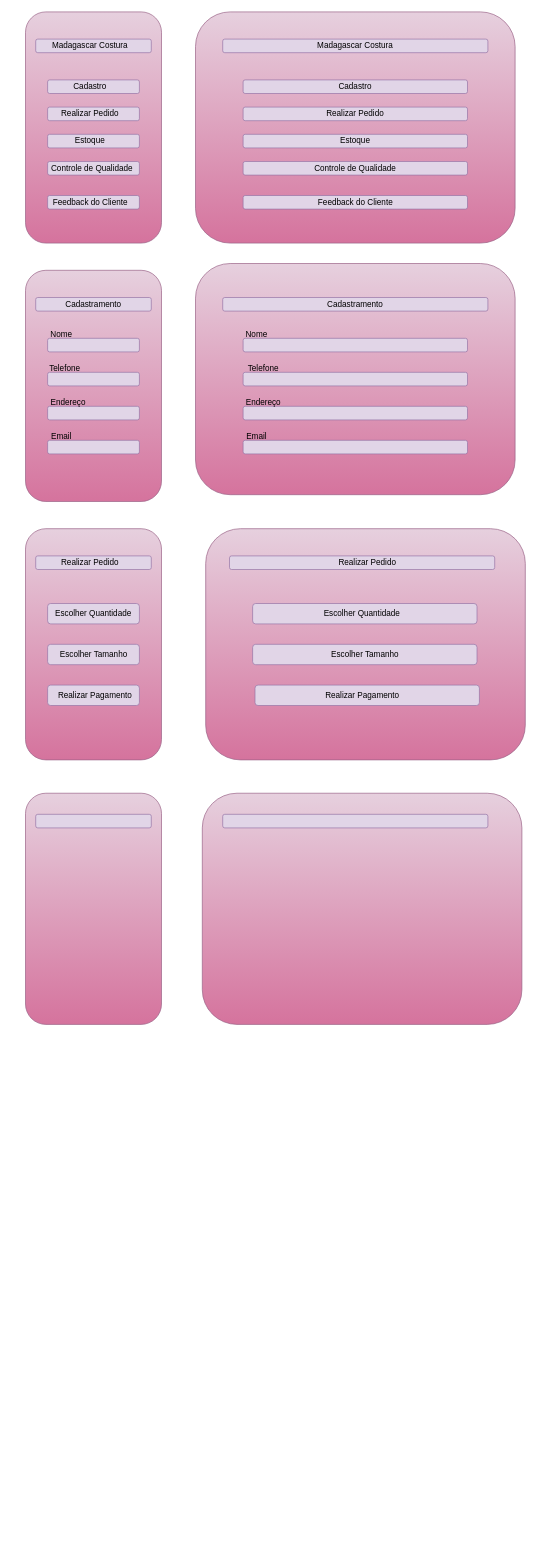
desenvolvimentdesistema/fluxogramas keeps this draw.io diagram as doc/interfacedoapp.drawio. Above is the earlier version. Source tidied: cells renumbered, new cells numbered last; positions are measured from the earlier drawing's top-left corner, leaving out a move shared by most shapes. Both pictures are drawn from the tidied source at 68%, with x=0, y=0 at pixel (12, 12).
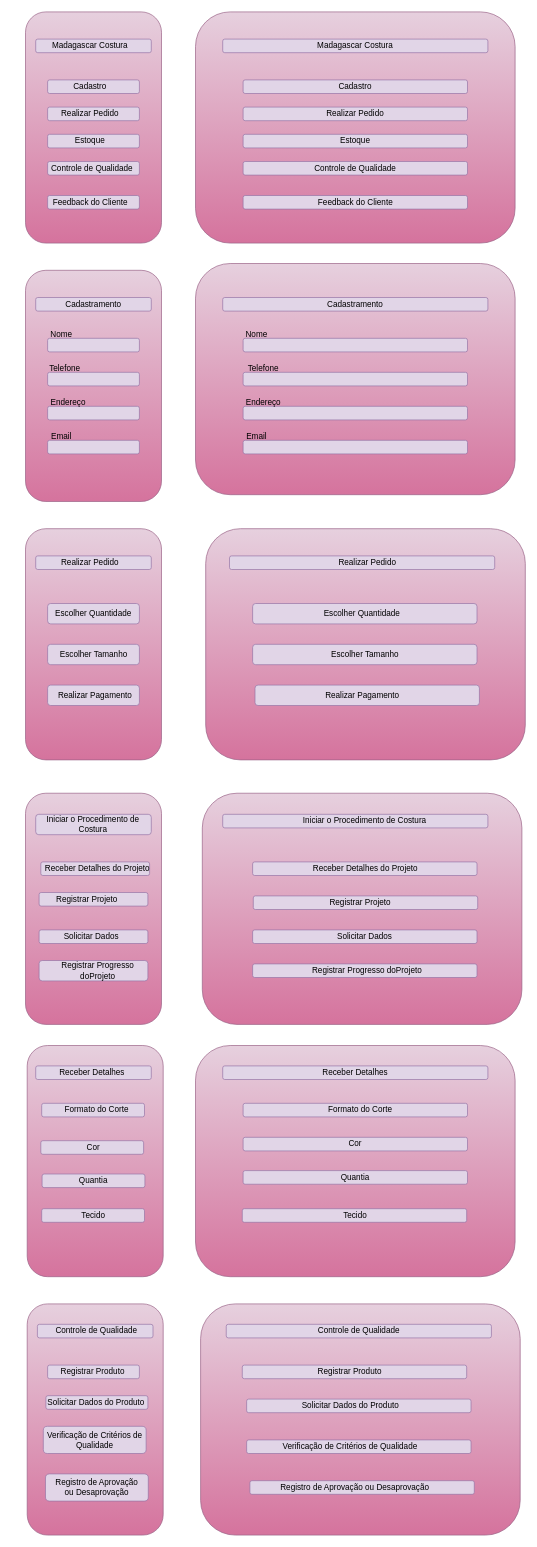
After the change.

What changed in the source:
```diff
@@
     <mxCell id="11" style="rounded=1;whiteSpace=wrap;html=1;fillColor=#e1d5e7;strokeColor=#9673a6;" parent="1" vertex="1">
-      <mxGeometry x="35" y="1180" width="170" height="20" as="geometry" />
+      <mxGeometry x="35" y="1180" width="170" height="30" as="geometry" />
     </mxCell>
@@
+    <mxCell id="72" value="Iniciar o Procedimento de Costura" style="text;html=1;align=center;verticalAlign=middle;whiteSpace=wrap;rounded=0;" parent="1" vertex="1">
+      <mxGeometry x="32.5" y="1180" width="172.5" height="30" as="geometry" />
+    </mxCell>
+    <mxCell id="73" value="Iniciar o Procedimento de Costura" style="text;html=1;align=center;verticalAlign=middle;whiteSpace=wrap;rounded=0;" parent="1" vertex="1">
+      <mxGeometry x="345.2" y="1175" width="347.5" height="30" as="geometry" />
+    </mxCell>
+    <mxCell id="74" style="rounded=1;whiteSpace=wrap;html=1;fillColor=#e1d5e7;strokeColor=#9673a6;" parent="1" vertex="1">
+      <mxGeometry x="42.5" y="1250" width="160" height="20" as="geometry" />
+    </mxCell>
+    <mxCell id="75" value="Receber Detalhes do Projeto" style="text;html=1;align=center;verticalAlign=middle;whiteSpace=wrap;rounded=0;" parent="1" vertex="1">
+      <mxGeometry x="36.2" y="1245" width="180" height="30" as="geometry" />
+    </mxCell>
+    <mxCell id="76" style="rounded=1;whiteSpace=wrap;html=1;fillColor=#e1d5e7;strokeColor=#9673a6;" parent="1" vertex="1">
+      <mxGeometry x="354" y="1250" width="330" height="20" as="geometry" />
+    </mxCell>
+    <mxCell id="77" style="rounded=1;whiteSpace=wrap;html=1;fillColor=#e1d5e7;strokeColor=#9673a6;" parent="1" vertex="1">
+      <mxGeometry x="355" y="1300" width="330" height="20" as="geometry" />
+    </mxCell>
+    <mxCell id="78" style="rounded=1;whiteSpace=wrap;html=1;fillColor=#e1d5e7;strokeColor=#9673a6;" parent="1" vertex="1">
+      <mxGeometry x="354" y="1350" width="330" height="20" as="geometry" />
+    </mxCell>
+    <mxCell id="79" style="rounded=1;whiteSpace=wrap;html=1;fillColor=#e1d5e7;strokeColor=#9673a6;" parent="1" vertex="1">
+      <mxGeometry x="40" y="1295" width="160" height="20" as="geometry" />
+    </mxCell>
+    <mxCell id="80" style="rounded=1;whiteSpace=wrap;html=1;fillColor=#e1d5e7;strokeColor=#9673a6;" parent="1" vertex="1">
+      <mxGeometry x="40" y="1350" width="160" height="20" as="geometry" />
+    </mxCell>
+    <mxCell id="81" style="rounded=1;whiteSpace=wrap;html=1;fillColor=#e1d5e7;strokeColor=#9673a6;" parent="1" vertex="1">
+      <mxGeometry x="354" y="1400" width="330" height="20" as="geometry" />
+    </mxCell>
+    <mxCell id="82" style="rounded=1;whiteSpace=wrap;html=1;fillColor=#e1d5e7;strokeColor=#9673a6;" parent="1" vertex="1">
+      <mxGeometry x="40" y="1395" width="160" height="30" as="geometry" />
+    </mxCell>
+    <mxCell id="83" value="Registrar Projeto" style="text;html=1;align=center;verticalAlign=middle;whiteSpace=wrap;rounded=0;" parent="1" vertex="1">
+      <mxGeometry x="52.5" y="1290" width="115" height="30" as="geometry" />
+    </mxCell>
+    <mxCell id="84" value="Receber Detalhes do Projeto" style="text;html=1;align=center;verticalAlign=middle;whiteSpace=wrap;rounded=0;" parent="1" vertex="1">
+      <mxGeometry x="430" y="1245" width="180" height="30" as="geometry" />
+    </mxCell>
+    <mxCell id="85" value="Registrar Projeto" style="text;html=1;align=center;verticalAlign=middle;whiteSpace=wrap;rounded=0;" parent="1" vertex="1">
+      <mxGeometry x="455" y="1295" width="115" height="30" as="geometry" />
+    </mxCell>
+    <mxCell id="86" value="Solicitar Dados" style="text;html=1;align=center;verticalAlign=middle;whiteSpace=wrap;rounded=0;" parent="1" vertex="1">
+      <mxGeometry x="47.5" y="1345" width="137.5" height="30" as="geometry" />
+    </mxCell>
+    <mxCell id="87" value="Solicitar Dados" style="text;html=1;align=center;verticalAlign=middle;whiteSpace=wrap;rounded=0;" parent="1" vertex="1">
+      <mxGeometry x="450.2" y="1345" width="137.5" height="30" as="geometry" />
+    </mxCell>
+    <mxCell id="88" value="Registrar Progresso doProjeto" style="text;html=1;align=center;verticalAlign=middle;whiteSpace=wrap;rounded=0;" parent="1" vertex="1">
+      <mxGeometry x="68.8" y="1395" width="115" height="30" as="geometry" />
+    </mxCell>
+    <mxCell id="89" value="Registrar Progresso doProjeto" style="text;html=1;align=center;verticalAlign=middle;whiteSpace=wrap;rounded=0;" parent="1" vertex="1">
+      <mxGeometry x="325" y="1395" width="395" height="30" as="geometry" />
+    </mxCell>
+    <mxCell id="90" style="rounded=1;whiteSpace=wrap;html=1;fillColor=#e6d0de;gradientColor=#d5739d;strokeColor=#996185;" parent="1" vertex="1">
+      <mxGeometry x="22.5" y="1520" width="200" height="340" as="geometry" />
+    </mxCell>
+    <mxCell id="91" style="rounded=1;whiteSpace=wrap;html=1;fillColor=#e6d0de;gradientColor=#d5739d;strokeColor=#996185;" parent="1" vertex="1">
+      <mxGeometry x="270" y="1520" width="470" height="340" as="geometry" />
+    </mxCell>
+    <mxCell id="92" style="rounded=1;whiteSpace=wrap;html=1;fillColor=#e1d5e7;strokeColor=#9673a6;" parent="1" vertex="1">
+      <mxGeometry x="35" y="1550" width="170" height="20" as="geometry" />
+    </mxCell>
+    <mxCell id="93" style="rounded=1;whiteSpace=wrap;html=1;fillColor=#e1d5e7;strokeColor=#9673a6;" parent="1" vertex="1">
+      <mxGeometry x="310" y="1550" width="390" height="20" as="geometry" />
+    </mxCell>
+    <mxCell id="94" style="rounded=1;whiteSpace=wrap;html=1;fillColor=#e1d5e7;strokeColor=#9673a6;" parent="1" vertex="1">
+      <mxGeometry x="43.8" y="1605" width="151.2" height="20" as="geometry" />
+    </mxCell>
+    <mxCell id="95" value="Receber Detalhes" style="text;html=1;align=center;verticalAlign=middle;whiteSpace=wrap;rounded=0;" parent="1" vertex="1">
+      <mxGeometry x="62.5" y="1545" width="110" height="30" as="geometry" />
+    </mxCell>
+    <mxCell id="96" style="rounded=1;whiteSpace=wrap;html=1;fillColor=#e1d5e7;strokeColor=#9673a6;" parent="1" vertex="1">
+      <mxGeometry x="340" y="1605" width="330" height="20" as="geometry" />
+    </mxCell>
+    <mxCell id="97" value="Receber Detalhes" style="text;html=1;align=center;verticalAlign=middle;whiteSpace=wrap;rounded=0;" parent="1" vertex="1">
+      <mxGeometry x="450" y="1545" width="110" height="30" as="geometry" />
+    </mxCell>
+    <mxCell id="98" value="Formato do Corte" style="text;html=1;align=center;verticalAlign=middle;whiteSpace=wrap;rounded=0;" parent="1" vertex="1">
+      <mxGeometry x="66.3" y="1600" width="117.5" height="30" as="geometry" />
+    </mxCell>
+    <mxCell id="99" value="Formato do Corte" style="text;html=1;align=center;verticalAlign=middle;whiteSpace=wrap;rounded=0;" parent="1" vertex="1">
+      <mxGeometry x="436.2" y="1600" width="152.5" height="30" as="geometry" />
+    </mxCell>
+    <mxCell id="100" style="rounded=1;whiteSpace=wrap;html=1;fillColor=#e1d5e7;strokeColor=#9673a6;" parent="1" vertex="1">
+      <mxGeometry x="42.5" y="1660" width="151.2" height="20" as="geometry" />
+    </mxCell>
+    <mxCell id="101" style="rounded=1;whiteSpace=wrap;html=1;fillColor=#e1d5e7;strokeColor=#9673a6;" parent="1" vertex="1">
+      <mxGeometry x="340" y="1655" width="330" height="20" as="geometry" />
+    </mxCell>
+    <mxCell id="102" style="rounded=1;whiteSpace=wrap;html=1;fillColor=#e1d5e7;strokeColor=#9673a6;" parent="1" vertex="1">
+      <mxGeometry x="44.4" y="1709" width="151.2" height="20" as="geometry" />
+    </mxCell>
+    <mxCell id="103" style="rounded=1;whiteSpace=wrap;html=1;fillColor=#e1d5e7;strokeColor=#9673a6;" parent="1" vertex="1">
+      <mxGeometry x="340" y="1704" width="330" height="20" as="geometry" />
+    </mxCell>
+    <mxCell id="104" value="Cor" style="text;html=1;align=center;verticalAlign=middle;whiteSpace=wrap;rounded=0;" parent="1" vertex="1">
+      <mxGeometry x="90" y="1655" width="60" height="30" as="geometry" />
+    </mxCell>
+    <mxCell id="105" value="Cor" style="text;html=1;align=center;verticalAlign=middle;whiteSpace=wrap;rounded=0;" parent="1" vertex="1">
+      <mxGeometry x="475" y="1650" width="60" height="30" as="geometry" />
+    </mxCell>
+    <mxCell id="106" value="Quantia" style="text;html=1;align=center;verticalAlign=middle;whiteSpace=wrap;rounded=0;" parent="1" vertex="1">
+      <mxGeometry x="90" y="1704" width="60" height="30" as="geometry" />
+    </mxCell>
+    <mxCell id="107" value="Quantia" style="text;html=1;align=center;verticalAlign=middle;whiteSpace=wrap;rounded=0;" parent="1" vertex="1">
+      <mxGeometry x="475" y="1699" width="60" height="30" as="geometry" />
+    </mxCell>
+    <mxCell id="108" style="rounded=1;whiteSpace=wrap;html=1;fillColor=#e1d5e7;strokeColor=#9673a6;" parent="1" vertex="1">
+      <mxGeometry x="43.8" y="1760" width="151.2" height="20" as="geometry" />
+    </mxCell>
+    <mxCell id="109" value="Tecido" style="text;html=1;align=center;verticalAlign=middle;whiteSpace=wrap;rounded=0;" parent="1" vertex="1">
+      <mxGeometry x="90" y="1755" width="60" height="30" as="geometry" />
+    </mxCell>
+    <mxCell id="110" style="rounded=1;whiteSpace=wrap;html=1;fillColor=#e1d5e7;strokeColor=#9673a6;" parent="1" vertex="1">
+      <mxGeometry x="338.8" y="1760" width="330" height="20" as="geometry" />
+    </mxCell>
+    <mxCell id="111" value="Tecido" style="text;html=1;align=center;verticalAlign=middle;whiteSpace=wrap;rounded=0;" parent="1" vertex="1">
+      <mxGeometry x="475" y="1755" width="60" height="30" as="geometry" />
+    </mxCell>
+    <mxCell id="112" style="rounded=1;whiteSpace=wrap;html=1;fillColor=#e6d0de;gradientColor=#d5739d;strokeColor=#996185;" parent="1" vertex="1">
+      <mxGeometry x="22.5" y="1900" width="200" height="340" as="geometry" />
+    </mxCell>
+    <mxCell id="113" style="rounded=1;whiteSpace=wrap;html=1;fillColor=#e6d0de;gradientColor=#d5739d;strokeColor=#996185;" parent="1" vertex="1">
+      <mxGeometry x="277.5" y="1900" width="470" height="340" as="geometry" />
+    </mxCell>
+    <mxCell id="114" style="rounded=1;whiteSpace=wrap;html=1;fillColor=#e1d5e7;strokeColor=#9673a6;" parent="1" vertex="1">
+      <mxGeometry x="37.5" y="1930" width="170" height="20" as="geometry" />
+    </mxCell>
+    <mxCell id="115" style="rounded=1;whiteSpace=wrap;html=1;fillColor=#e1d5e7;strokeColor=#9673a6;" parent="1" vertex="1">
+      <mxGeometry x="315.2" y="1930" width="390" height="20" as="geometry" />
+    </mxCell>
+    <mxCell id="116" value="Controle de Qualidade" style="text;html=1;align=center;verticalAlign=middle;whiteSpace=wrap;rounded=0;" parent="1" vertex="1">
+      <mxGeometry x="52.5" y="1925" width="142.5" height="30" as="geometry" />
+    </mxCell>
+    <mxCell id="117" value="Controle de Qualidade" style="text;html=1;align=center;verticalAlign=middle;whiteSpace=wrap;rounded=0;" parent="1" vertex="1">
+      <mxGeometry x="439" y="1925" width="142.5" height="30" as="geometry" />
+    </mxCell>
+    <mxCell id="118" style="rounded=1;whiteSpace=wrap;html=1;fillColor=#e1d5e7;strokeColor=#9673a6;" parent="1" vertex="1">
+      <mxGeometry x="52.5" y="1990" width="135" height="20" as="geometry" />
+    </mxCell>
+    <mxCell id="119" style="rounded=1;whiteSpace=wrap;html=1;fillColor=#e1d5e7;strokeColor=#9673a6;" parent="1" vertex="1">
+      <mxGeometry x="50" y="2035" width="150" height="20" as="geometry" />
+    </mxCell>
+    <mxCell id="120" style="rounded=1;whiteSpace=wrap;html=1;fillColor=#e1d5e7;strokeColor=#9673a6;" parent="1" vertex="1">
+      <mxGeometry x="46.2" y="2080" width="151.2" height="40" as="geometry" />
+    </mxCell>
+    <mxCell id="121" value="Registrar Produto" style="text;html=1;align=center;verticalAlign=middle;whiteSpace=wrap;rounded=0;" parent="1" vertex="1">
+      <mxGeometry x="43.8" y="1985" width="150" height="30" as="geometry" />
+    </mxCell>
+    <mxCell id="122" style="rounded=1;whiteSpace=wrap;html=1;fillColor=#e1d5e7;strokeColor=#9673a6;" parent="1" vertex="1">
+      <mxGeometry x="338.8" y="1990" width="330" height="20" as="geometry" />
+    </mxCell>
+    <mxCell id="123" value="Registrar Produto" style="text;html=1;align=center;verticalAlign=middle;whiteSpace=wrap;rounded=0;" parent="1" vertex="1">
+      <mxGeometry x="429.4" y="1985" width="136.2" height="30" as="geometry" />
+    </mxCell>
+    <mxCell id="124" style="rounded=1;whiteSpace=wrap;html=1;fillColor=#e1d5e7;strokeColor=#9673a6;" parent="1" vertex="1">
+      <mxGeometry x="345.2" y="2040" width="330" height="20" as="geometry" />
+    </mxCell>
+    <mxCell id="125" style="rounded=1;whiteSpace=wrap;html=1;fillColor=#e1d5e7;strokeColor=#9673a6;" parent="1" vertex="1">
+      <mxGeometry x="345.2" y="2100" width="330" height="20" as="geometry" />
+    </mxCell>
+    <mxCell id="126" style="rounded=1;whiteSpace=wrap;html=1;fillColor=#e1d5e7;strokeColor=#9673a6;" parent="1" vertex="1">
+      <mxGeometry x="350" y="2160" width="330" height="20" as="geometry" />
+    </mxCell>
+    <mxCell id="127" value="Solicitar Dados do Produto" style="text;html=1;align=center;verticalAlign=middle;whiteSpace=wrap;rounded=0;" parent="1" vertex="1">
+      <mxGeometry x="48.8" y="2030" width="150" height="30" as="geometry" />
+    </mxCell>
+    <mxCell id="128" value="Solicitar Dados do Produto" style="text;html=1;align=center;verticalAlign=middle;whiteSpace=wrap;rounded=0;" parent="1" vertex="1">
+      <mxGeometry x="422.5" y="2035" width="150" height="30" as="geometry" />
+    </mxCell>
+    <mxCell id="129" value="Verificação de Critérios de Qualidade" style="text;html=1;align=center;verticalAlign=middle;whiteSpace=wrap;rounded=0;" parent="1" vertex="1">
+      <mxGeometry x="46.9" y="2085" width="150" height="30" as="geometry" />
+    </mxCell>
+    <mxCell id="130" value="Verificação de Critérios de Qualidade" style="text;html=1;align=center;verticalAlign=middle;whiteSpace=wrap;rounded=0;" parent="1" vertex="1">
+      <mxGeometry x="385" y="2095" width="225" height="30" as="geometry" />
+    </mxCell>
+    <mxCell id="131" style="rounded=1;whiteSpace=wrap;html=1;fillColor=#e1d5e7;strokeColor=#9673a6;" parent="1" vertex="1">
+      <mxGeometry x="49.4" y="2150" width="151.2" height="40" as="geometry" />
+    </mxCell>
+    <mxCell id="132" value="Registro de Aprovação ou Desaprovação" style="text;html=1;align=center;verticalAlign=middle;whiteSpace=wrap;rounded=0;" parent="1" vertex="1">
+      <mxGeometry x="58.1" y="2155" width="133.8" height="30" as="geometry" />
+    </mxCell>
+    <mxCell id="133" value="Registro de Aprovação ou Desaprovação" style="text;html=1;align=center;verticalAlign=middle;whiteSpace=wrap;rounded=0;" parent="1" vertex="1">
+      <mxGeometry x="372.5" y="2155" width="262.5" height="30" as="geometry" />
+    </mxCell>
```
